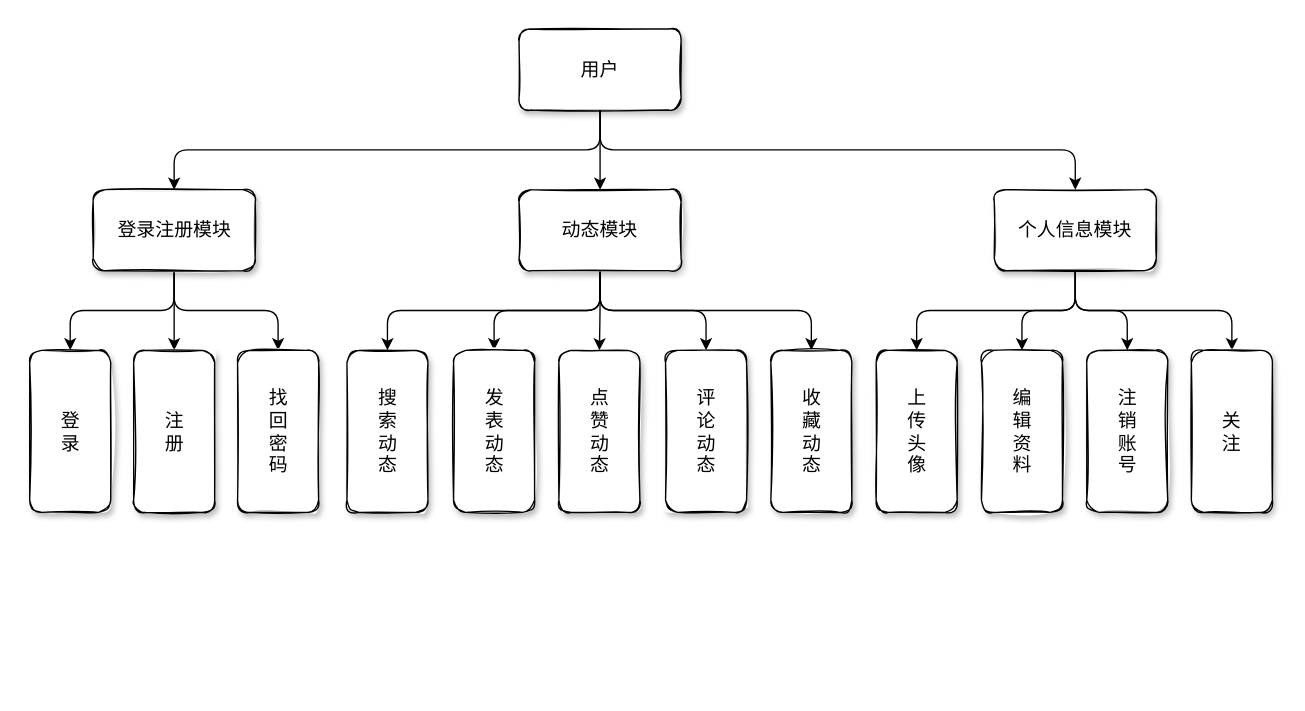
The draw.io diagram 前台层次方框图.drawio in Lxming1/bbs-front, before the edit. Source tidied: cells renumbered, new cells numbered last; positions are measured from the earlier drawing's top-left corner, leaving out a move shared by most shapes. Both pictures are drawn from the tidied source at 135%, with x=0, y=0 at pixel (28, 28).
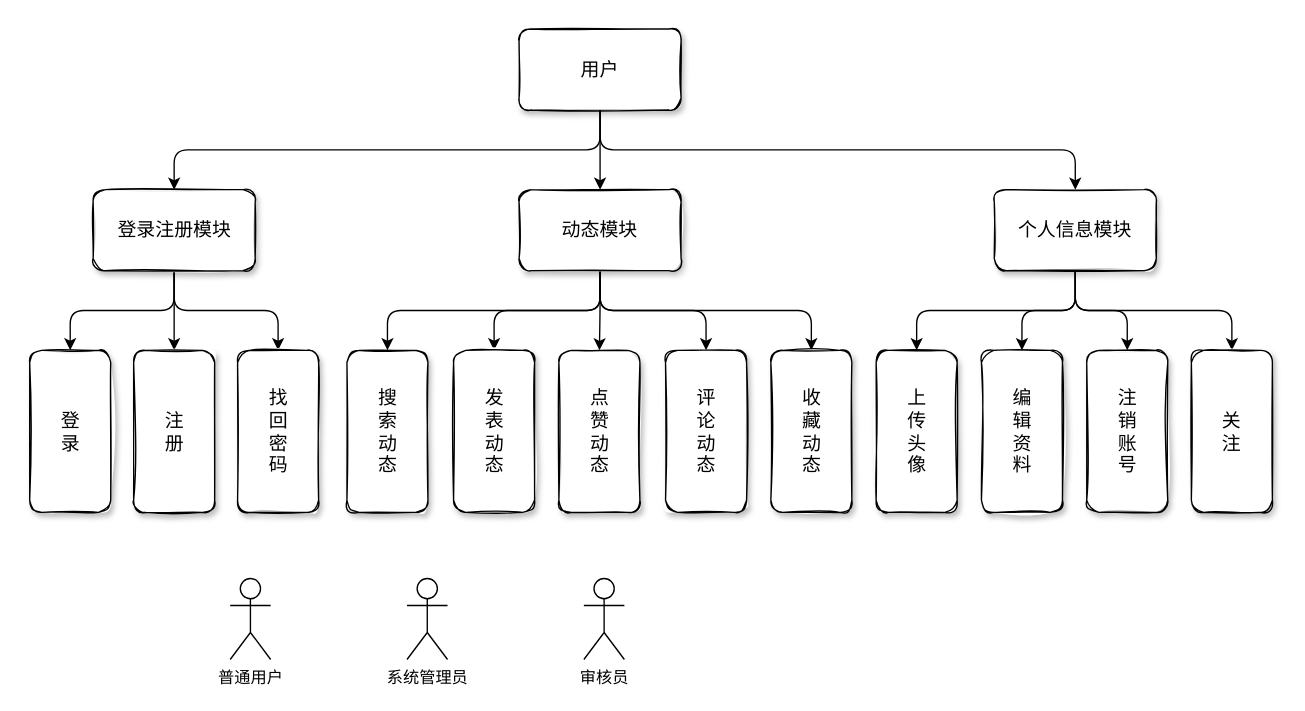
The same diagram, later.

Diff of the diagram source:
```diff
@@
+    <mxCell id="33" value="普通用户" style="shape=umlActor;verticalLabelPosition=bottom;verticalAlign=top;html=1;" parent="1" vertex="1">
+      <mxGeometry x="149" y="407" width="30" height="60" as="geometry" />
+    </mxCell>
+    <mxCell id="34" value="系统管理员" style="shape=umlActor;verticalLabelPosition=bottom;verticalAlign=top;html=1;" parent="1" vertex="1">
+      <mxGeometry x="280" y="407" width="30" height="60" as="geometry" />
+    </mxCell>
+    <mxCell id="35" value="审核员" style="shape=umlActor;verticalLabelPosition=bottom;verticalAlign=top;html=1;" parent="1" vertex="1">
+      <mxGeometry x="411" y="407" width="30" height="60" as="geometry" />
+    </mxCell>
```
